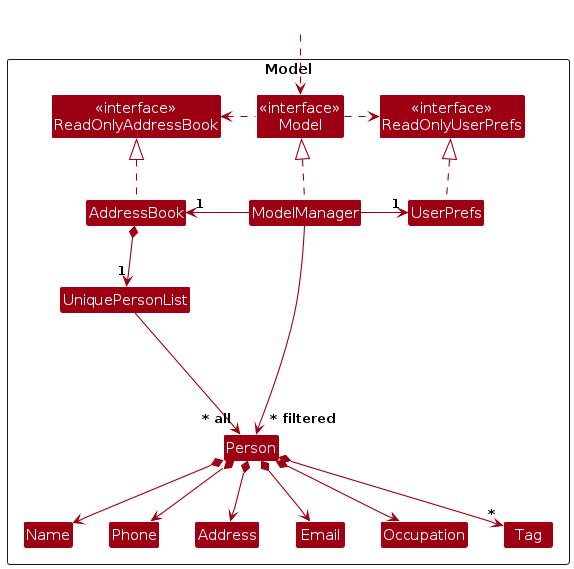
Earlier version of the PlantUML export diagrams/ModelClassDiagram.png (AY2526S1-CS2103T-F15a-2/tp). Its source is kept beside it as diagrams/ModelClassDiagram.puml.
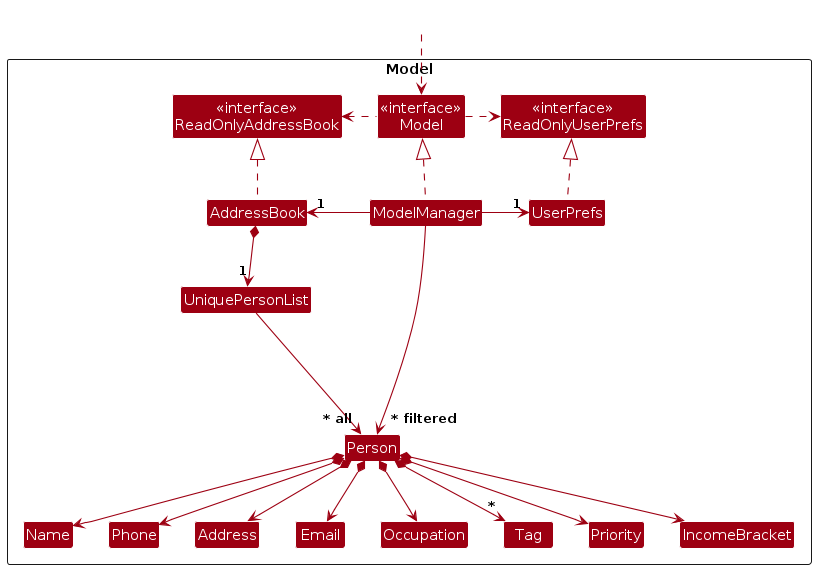
The same diagram one commit later.

The edit, as a diff of the source:
```diff
@@ -20,6 +20,8 @@
 Class Phone
 Class Occupation
 Class Tag
+Class Priority
+Class IncomeBracket
 
 Class I #FFFFFF
 }
@@ -44,6 +46,8 @@
 Person *--> Address
 Person *--> Occupation
 Person *--> "*" Tag
+Person *--> Priority
+Person *--> IncomeBracket
 
 Person -[hidden]up--> I
 UniquePersonList -[hidden]right-> I
```
